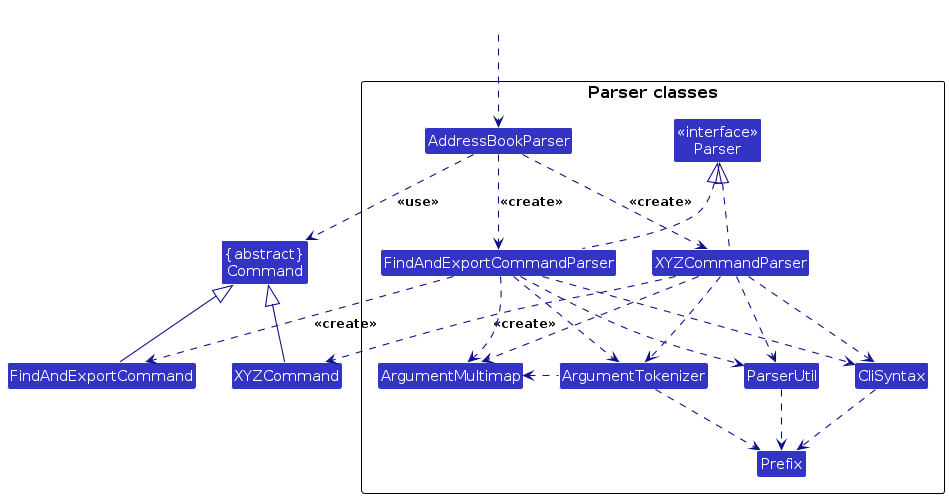
Before: diagrams/ParserClasses.png, a diagram exported from PlantUML (AY2324S2-CS2103T-W08-3/tp). Its source is kept beside it as diagrams/ParserClasses.puml.
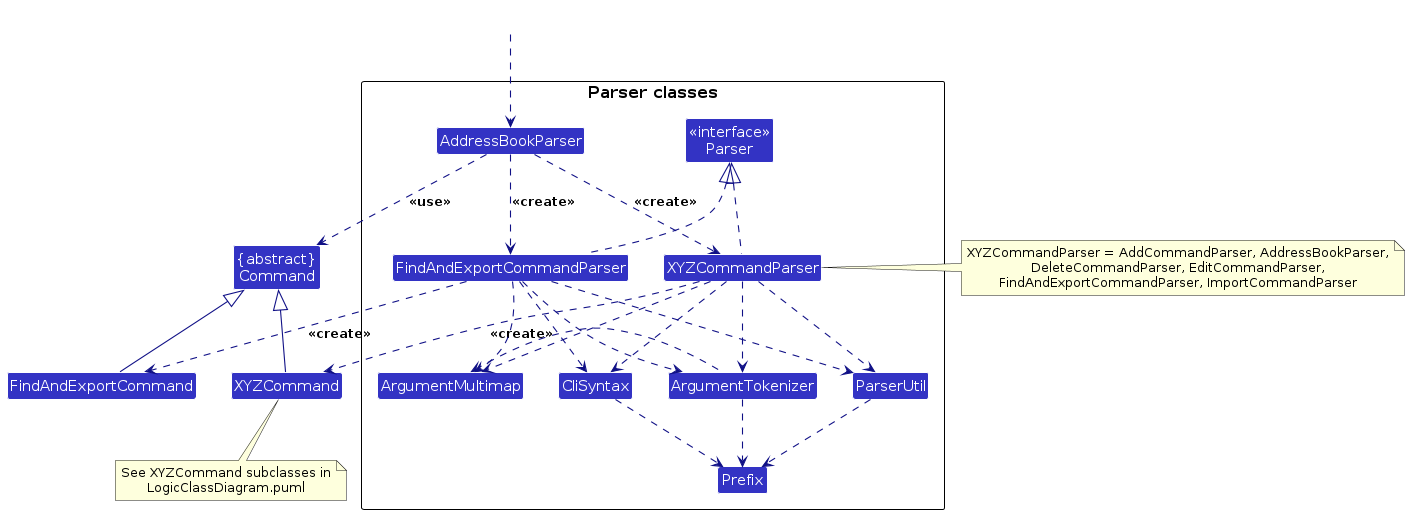
After the change.

Diff of the diagram source:
```diff
@@ -45,4 +45,9 @@
 ArgumentTokenizer .down.> Prefix
 XYZCommand -up-|> Command
 FindAndExportCommand -up-|> Command
+
+note right of XYZCommandParser: XYZCommandParser = AddCommandParser, AddressBookParser,\nDeleteCommandParser, EditCommandParser,\nFindAndExportCommandParser, ImportCommandParser
+
+note bottom of XYZCommand: See XYZCommand subclasses in\nLogicClassDiagram.puml
+
 @enduml
```
